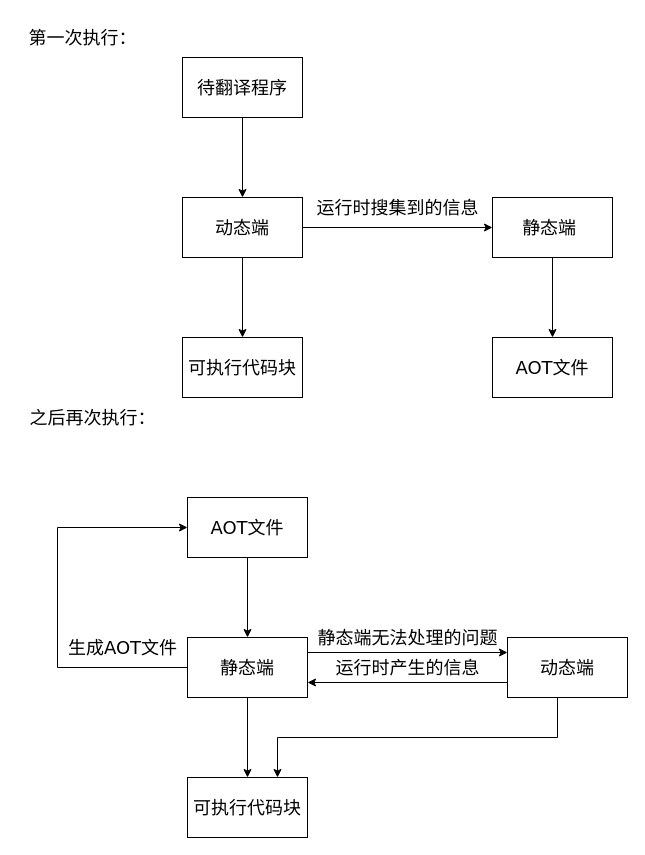
The draw.io diagram page "第 27 页" (29 of 52) of lajit.drawio in ganjue66da/ganjue66da, before the edit. Source tidied: cells renumbered, new cells numbered last; positions are measured from the earlier drawing's top-left corner, leaving out a move shared by most shapes. Both pictures are drawn from the tidied source at 100%, with x=0, y=0 at pixel (17, 17).
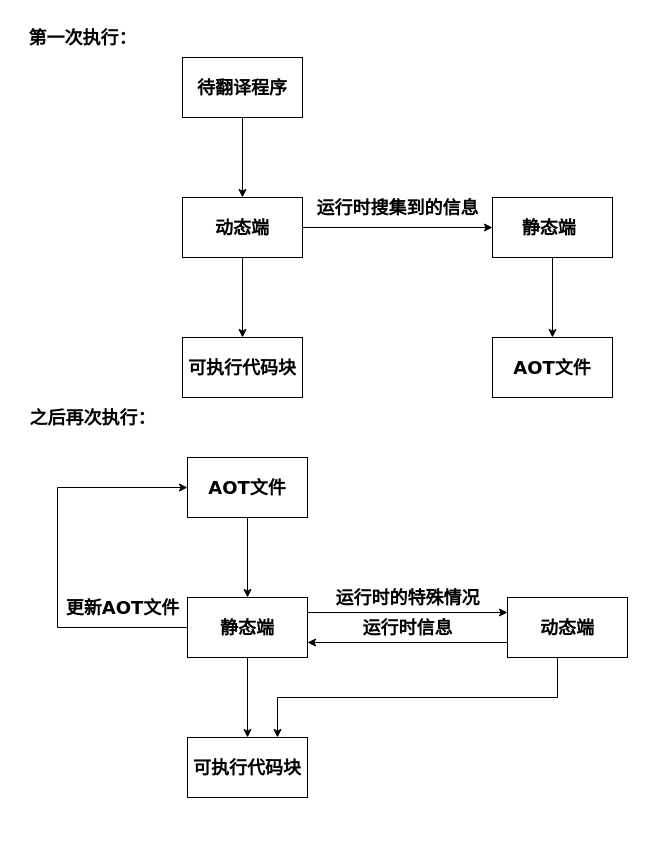
After the change.

What changed in the source:
```diff
@@
-    <mxCell id="3" value="待翻译程序" style="rounded=0;whiteSpace=wrap;html=1;fontFamily=Verdana;fontSize=18;fillColor=none;" parent="1" vertex="1">
+    <mxCell id="3" value="&lt;b&gt;待翻译程序&lt;/b&gt;" style="rounded=0;whiteSpace=wrap;html=1;fontFamily=Verdana;fontSize=18;fillColor=none;" parent="1" vertex="1">
       <mxGeometry x="165" y="40" width="120" height="60" as="geometry" />
     </mxCell>
@@
-    <mxCell id="6" value="动态端" style="rounded=0;whiteSpace=wrap;html=1;fontFamily=Verdana;fontSize=18;fillColor=none;" parent="1" vertex="1">
+    <mxCell id="6" value="&lt;b&gt;动态端&lt;/b&gt;" style="rounded=0;whiteSpace=wrap;html=1;fontFamily=Verdana;fontSize=18;fillColor=none;" parent="1" vertex="1">
       <mxGeometry x="165" y="180" width="120" height="60" as="geometry" />
     </mxCell>
-    <mxCell id="7" value="可执行代码块" style="rounded=0;whiteSpace=wrap;html=1;fontFamily=Verdana;fontSize=18;fillColor=none;" parent="1" vertex="1">
+    <mxCell id="7" value="&lt;b&gt;可执行代码块&lt;/b&gt;" style="rounded=0;whiteSpace=wrap;html=1;fontFamily=Verdana;fontSize=18;fillColor=none;" parent="1" vertex="1">
       <mxGeometry x="165" y="320" width="120" height="60" as="geometry" />
     </mxCell>
@@
-    <mxCell id="9" value="静态端&lt;span style=&quot;white-space: pre;&quot;&gt; &lt;/span&gt;" style="rounded=0;whiteSpace=wrap;html=1;fontFamily=Verdana;fontSize=18;fillColor=none;" parent="1" vertex="1">
+    <mxCell id="9" value="&lt;b&gt;静态端&lt;span style=&quot;white-space: pre;&quot;&gt; &lt;/span&gt;&lt;/b&gt;" style="rounded=0;whiteSpace=wrap;html=1;fontFamily=Verdana;fontSize=18;fillColor=none;" parent="1" vertex="1">
       <mxGeometry x="475" y="180" width="120" height="60" as="geometry" />
     </mxCell>
-    <mxCell id="10" value="AOT文件" style="rounded=0;whiteSpace=wrap;html=1;fontFamily=Verdana;fontSize=18;fillColor=none;" parent="1" vertex="1">
+    <mxCell id="10" value="&lt;b&gt;AOT文件&lt;/b&gt;" style="rounded=0;whiteSpace=wrap;html=1;fontFamily=Verdana;fontSize=18;fillColor=none;" parent="1" vertex="1">
       <mxGeometry x="475" y="320" width="120" height="60" as="geometry" />
     </mxCell>
@@
-    <mxCell id="12" value="AOT文件" style="rounded=0;whiteSpace=wrap;html=1;fontFamily=Verdana;fontSize=18;fillColor=none;" parent="1" vertex="1">
-      <mxGeometry x="170" y="480" width="120" height="60" as="geometry" />
+    <mxCell id="12" value="&lt;b&gt;AOT文件&lt;/b&gt;" style="rounded=0;whiteSpace=wrap;html=1;fontFamily=Verdana;fontSize=18;fillColor=none;" parent="1" vertex="1">
+      <mxGeometry x="170" y="440" width="120" height="60" as="geometry" />
     </mxCell>
     <mxCell id="13" style="edgeStyle=orthogonalEdgeStyle;rounded=0;jettySize=auto;html=1;exitX=0;exitY=0.5;exitDx=0;exitDy=0;entryX=0;entryY=0.5;entryDx=0;entryDy=0;fontFamily=Verdana;fontSize=18;" parent="1" edge="1" source="16" target="12">
       <mxGeometry relative="1" as="geometry">
         <Array as="points">
-          <mxPoint x="40" y="650" />
-          <mxPoint x="40" y="510" />
+          <mxPoint x="40" y="610" />
+          <mxPoint x="40" y="470" />
         </Array>
       </mxGeometry>
     </mxCell>
@@
-    <mxCell id="16" value="静态端" style="rounded=0;whiteSpace=wrap;html=1;fontFamily=Verdana;fontSize=18;fillColor=none;" parent="1" vertex="1">
-      <mxGeometry x="170" y="620" width="120" height="60" as="geometry" />
+    <mxCell id="16" value="&lt;b&gt;静态端&lt;/b&gt;" style="rounded=0;whiteSpace=wrap;html=1;fontFamily=Verdana;fontSize=18;fillColor=none;" parent="1" vertex="1">
+      <mxGeometry x="170" y="580" width="120" height="60" as="geometry" />
     </mxCell>
     <mxCell id="17" style="edgeStyle=orthogonalEdgeStyle;rounded=0;jettySize=auto;html=1;exitX=0.5;exitY=1;exitDx=0;exitDy=0;entryX=0.75;entryY=0;entryDx=0;entryDy=0;fontFamily=Verdana;fontSize=18;" parent="1" edge="1" source="19" target="20">
       <mxGeometry relative="1" as="geometry">
         <Array as="points">
-          <mxPoint x="540" y="720" />
-          <mxPoint x="260" y="720" />
+          <mxPoint x="540" y="680" />
+          <mxPoint x="260" y="680" />
         </Array>
       </mxGeometry>
     </mxCell>
@@
-    <mxCell id="19" value="动态端" style="rounded=0;whiteSpace=wrap;html=1;fontFamily=Verdana;fontSize=18;fillColor=none;" parent="1" vertex="1">
-      <mxGeometry x="490" y="620" width="120" height="60" as="geometry" />
+    <mxCell id="19" value="&lt;b&gt;动态端&lt;/b&gt;" style="rounded=0;whiteSpace=wrap;html=1;fontFamily=Verdana;fontSize=18;fillColor=none;" parent="1" vertex="1">
+      <mxGeometry x="490" y="580" width="120" height="60" as="geometry" />
     </mxCell>
-    <mxCell id="20" value="可执行代码块" style="rounded=0;whiteSpace=wrap;html=1;fontFamily=Verdana;fontSize=18;fillColor=none;" parent="1" vertex="1">
-      <mxGeometry x="170" y="760" width="120" height="60" as="geometry" />
+    <mxCell id="20" value="&lt;b&gt;可执行代码块&lt;/b&gt;" style="rounded=0;whiteSpace=wrap;html=1;fontFamily=Verdana;fontSize=18;fillColor=none;" parent="1" vertex="1">
+      <mxGeometry x="170" y="720" width="120" height="60" as="geometry" />
     </mxCell>
-    <mxCell id="21" value="第一次执行：" style="text;html=1;align=center;verticalAlign=middle;strokeColor=none;fillColor=none;fontSize=18;fontFamily=Verdana;" parent="1" vertex="1">
+    <mxCell id="21" value="&lt;b&gt;第一次执行：&lt;/b&gt;" style="text;html=1;align=center;verticalAlign=middle;strokeColor=none;fillColor=none;fontSize=18;fontFamily=Verdana;" parent="1" vertex="1">
       <mxGeometry width="130" height="40" as="geometry" />
     </mxCell>
-    <mxCell id="22" value="之后再次执行：" style="text;html=1;align=center;verticalAlign=middle;strokeColor=none;fillColor=none;fontSize=18;fontFamily=Verdana;" parent="1" vertex="1">
+    <mxCell id="22" value="&lt;b&gt;之后再次执行：&lt;/b&gt;" style="text;html=1;align=center;verticalAlign=middle;strokeColor=none;fillColor=none;fontSize=18;fontFamily=Verdana;" parent="1" vertex="1">
       <mxGeometry y="380" width="150" height="40" as="geometry" />
     </mxCell>
-    <mxCell id="23" value="运行时搜集到的信息" style="text;html=1;align=center;verticalAlign=middle;strokeColor=none;fillColor=none;fontSize=18;fontFamily=Verdana;" parent="1" vertex="1">
+    <mxCell id="23" value="&lt;b&gt;运行时搜集到的信息&lt;/b&gt;" style="text;html=1;align=center;verticalAlign=middle;strokeColor=none;fillColor=none;fontSize=18;fontFamily=Verdana;" parent="1" vertex="1">
       <mxGeometry x="285" y="170" width="190" height="40" as="geometry" />
     </mxCell>
-    <mxCell id="24" value="生成AOT文件" style="text;html=1;align=center;verticalAlign=middle;strokeColor=none;fillColor=none;fontSize=18;fontFamily=Verdana;" parent="1" vertex="1">
-      <mxGeometry x="40" y="610" width="130" height="40" as="geometry" />
+    <mxCell id="24" value="&lt;b&gt;更新AOT文件&lt;/b&gt;" style="text;html=1;align=center;verticalAlign=middle;strokeColor=none;fillColor=none;fontSize=18;fontFamily=Verdana;" parent="1" vertex="1">
+      <mxGeometry x="40" y="570" width="130" height="40" as="geometry" />
     </mxCell>
-    <mxCell id="25" value="静态端无法处理的问题" style="text;html=1;align=center;verticalAlign=middle;strokeColor=none;fillColor=none;fontSize=18;fontFamily=Verdana;" parent="1" vertex="1">
-      <mxGeometry x="290" y="600" width="200" height="40" as="geometry" />
+    <mxCell id="25" value="&lt;b&gt;运行时的特殊情况&lt;/b&gt;" style="text;html=1;align=center;verticalAlign=middle;strokeColor=none;fillColor=none;fontSize=18;fontFamily=Verdana;" parent="1" vertex="1">
+      <mxGeometry x="305" y="560" width="170" height="40" as="geometry" />
     </mxCell>
-    <mxCell id="26" value="运行时产生的信息" style="text;html=1;align=center;verticalAlign=middle;strokeColor=none;fillColor=none;fontSize=18;fontFamily=Verdana;" parent="1" vertex="1">
-      <mxGeometry x="305" y="630" width="170" height="40" as="geometry" />
+    <mxCell id="26" value="&lt;b&gt;运行时信息&lt;/b&gt;" style="text;html=1;align=center;verticalAlign=middle;strokeColor=none;fillColor=none;fontSize=18;fontFamily=Verdana;" parent="1" vertex="1">
+      <mxGeometry x="335" y="590" width="110" height="40" as="geometry" />
     </mxCell>
```
